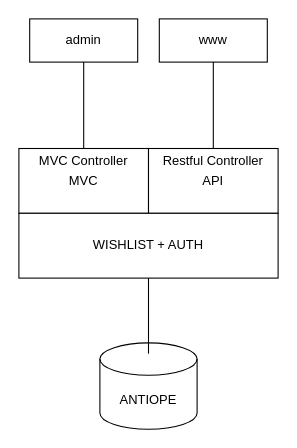
haclong/drawings keeps this draw.io diagram as Wishlist.drawio. Above is the earlier version. Source tidied: cells renumbered, new cells numbered last; positions are measured from the earlier drawing's top-left corner, leaving out a move shared by most shapes. Both pictures are drawn from the tidied source at 108%, with x=0, y=0 at pixel (18, 18).
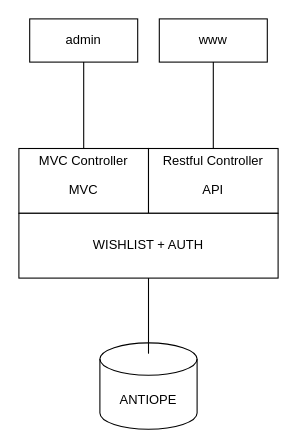
Above is the later version.

What changed in the source:
```diff
@@
 <mxGraphModel>
   <root>
     <mxCell id="0" />
     <mxCell id="1" parent="0" />
-    <mxCell id="2" value="MVC" style="rounded=0;whiteSpace=wrap;html=1;" parent="1" vertex="1">
+    <mxCell id="2" value="MVC" style="rounded=0;whiteSpace=wrap;html=1;verticalAlign=bottom;spacingBottom=12;" parent="1" vertex="1">
       <mxGeometry y="120" width="120" height="60" as="geometry" />
     </mxCell>
-    <mxCell id="3" value="API" style="rounded=0;whiteSpace=wrap;html=1;" parent="1" vertex="1">
+    <mxCell id="3" value="API" style="rounded=0;whiteSpace=wrap;html=1;verticalAlign=bottom;spacingBottom=12;" parent="1" vertex="1">
       <mxGeometry x="120" y="120" width="120" height="60" as="geometry" />
     </mxCell>
     <mxCell id="4" value="WISHLIST + AUTH" style="rounded=0;whiteSpace=wrap;html=1;" parent="1" vertex="1">
       <mxGeometry y="180" width="240" height="60" as="geometry" />
     </mxCell>
     <mxCell id="5" value="ANTIOPE" style="shape=cylinder3;whiteSpace=wrap;html=1;boundedLbl=1;backgroundOutline=1;size=15;" parent="1" vertex="1">
       <mxGeometry x="75" y="300" width="90" height="80" as="geometry" />
     </mxCell>
     <mxCell id="6" style="endArrow=none;html=1;rounded=0;exitX=0.5;exitY=0.125;exitDx=0;exitDy=0;exitPerimeter=0;entryX=0.5;entryY=1;entryDx=0;entryDy=0;" parent="1" edge="1" source="5" target="4">
       <mxGeometry relative="1" as="geometry" />
     </mxCell>
     <mxCell id="7" value="admin" style="rounded=0;whiteSpace=wrap;html=1;" parent="1" vertex="1">
       <mxGeometry x="10" width="100" height="40" as="geometry" />
     </mxCell>
     <mxCell id="8" value="www" style="rounded=0;whiteSpace=wrap;html=1;" parent="1" vertex="1">
       <mxGeometry x="130" width="100" height="40" as="geometry" />
     </mxCell>
     <mxCell id="9" style="endArrow=none;html=1;rounded=0;entryX=0.5;entryY=1;entryDx=0;entryDy=0;exitX=0.5;exitY=0;exitDx=0;exitDy=0;" parent="1" edge="1" source="3" target="8">
       <mxGeometry relative="1" as="geometry" />
     </mxCell>
     <mxCell id="10" style="endArrow=none;html=1;rounded=0;exitX=0.5;exitY=1;exitDx=0;exitDy=0;entryX=0.5;entryY=0;entryDx=0;entryDy=0;" parent="1" edge="1" source="7" target="2">
       <mxGeometry relative="1" as="geometry" />
     </mxCell>
     <mxCell id="11" value="MVC Controller" style="text;html=1;strokeColor=none;fillColor=none;align=center;verticalAlign=middle;whiteSpace=wrap;rounded=0;" parent="1" vertex="1">
       <mxGeometry x="5" y="117" width="110" height="30" as="geometry" />
     </mxCell>
     <mxCell id="12" value="Restful Controller" style="text;html=1;strokeColor=none;fillColor=none;align=center;verticalAlign=middle;whiteSpace=wrap;rounded=0;" parent="1" vertex="1">
       <mxGeometry x="125" y="117" width="110" height="30" as="geometry" />
     </mxCell>
   </root>
 </mxGraphModel>
```
